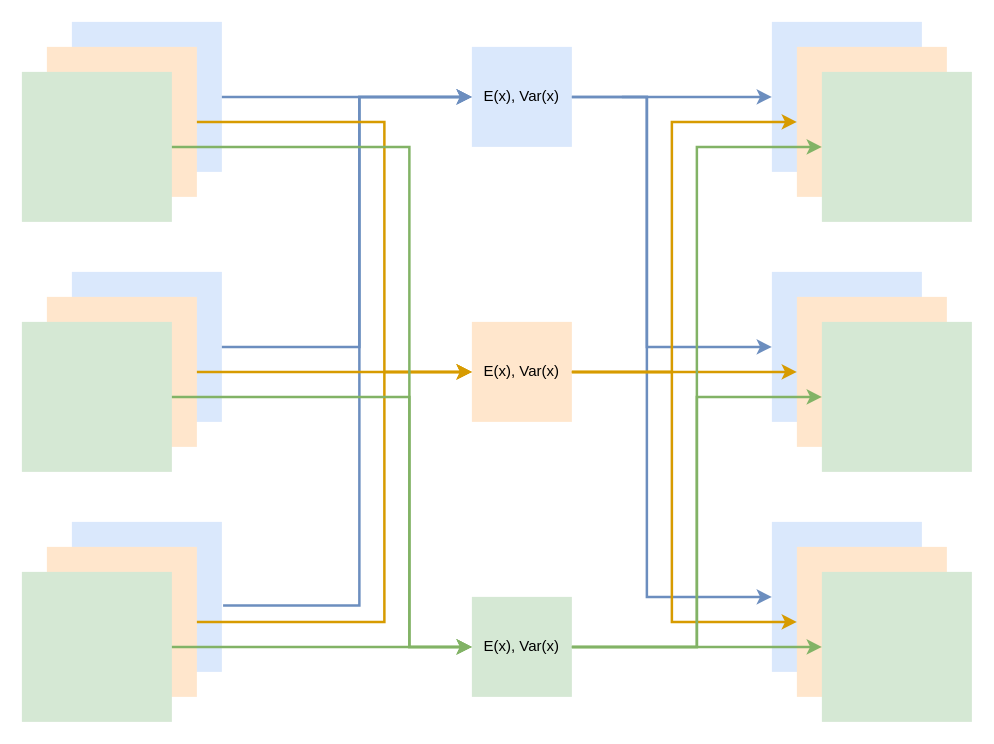
dataml-cn/playground keeps this draw.io diagram as 99_resources/11_img/batch_norm.drawio. Above is the earlier version. Source tidied: cells renumbered, new cells numbered last; positions are measured from the earlier drawing's top-left corner, leaving out a move shared by most shapes. Both pictures are drawn from the tidied source at 125%, with x=0, y=0 at pixel (21, 21).
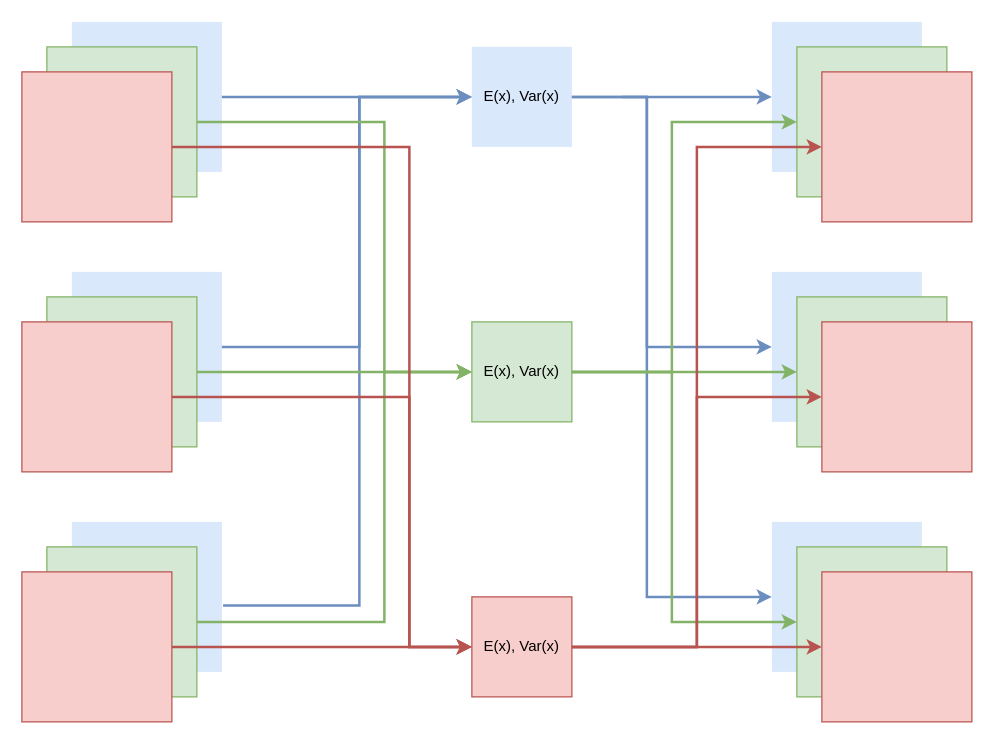
The same diagram, later.

Change to the diagram source:
```diff
@@
-    <mxCell id="3" style="rounded=0;whiteSpace=wrap;html=1;fillColor=#ffe6cc;strokeColor=none;" parent="1" vertex="1">
+    <mxCell id="3" style="rounded=0;whiteSpace=wrap;html=1;fillColor=#d5e8d4;strokeColor=#82b366;" parent="1" vertex="1">
       <mxGeometry x="20" y="20" width="120" height="120" as="geometry" />
     </mxCell>
-    <mxCell id="4" style="rounded=0;whiteSpace=wrap;html=1;fillColor=#d5e8d4;strokeColor=none;" parent="1" vertex="1">
+    <mxCell id="4" style="rounded=0;whiteSpace=wrap;html=1;fillColor=#f8cecc;strokeColor=#b85450;" parent="1" vertex="1">
       <mxGeometry y="40" width="120" height="120" as="geometry" />
     </mxCell>
@@
-    <mxCell id="6" style="rounded=0;whiteSpace=wrap;html=1;fillColor=#ffe6cc;strokeColor=none;" parent="1" vertex="1">
+    <mxCell id="6" style="rounded=0;whiteSpace=wrap;html=1;fillColor=#d5e8d4;strokeColor=#82b366;" parent="1" vertex="1">
       <mxGeometry x="20" y="220" width="120" height="120" as="geometry" />
     </mxCell>
-    <mxCell id="7" style="rounded=0;whiteSpace=wrap;html=1;fillColor=#d5e8d4;strokeColor=none;" parent="1" vertex="1">
+    <mxCell id="7" style="rounded=0;whiteSpace=wrap;html=1;fillColor=#f8cecc;strokeColor=#b85450;" parent="1" vertex="1">
       <mxGeometry y="240" width="120" height="120" as="geometry" />
     </mxCell>
@@
-    <mxCell id="9" style="rounded=0;whiteSpace=wrap;html=1;fillColor=#ffe6cc;strokeColor=none;" parent="1" vertex="1">
+    <mxCell id="9" style="rounded=0;whiteSpace=wrap;html=1;fillColor=#d5e8d4;strokeColor=#82b366;" parent="1" vertex="1">
       <mxGeometry x="20" y="420" width="120" height="120" as="geometry" />
     </mxCell>
-    <mxCell id="10" style="rounded=0;whiteSpace=wrap;html=1;fillColor=#d5e8d4;strokeColor=none;" parent="1" vertex="1">
+    <mxCell id="10" style="rounded=0;whiteSpace=wrap;html=1;fillColor=#f8cecc;strokeColor=#b85450;" parent="1" vertex="1">
       <mxGeometry y="440" width="120" height="120" as="geometry" />
     </mxCell>
@@
-    <mxCell id="14" value="&lt;span&gt;E(x), Var(x)&lt;/span&gt;" style="whiteSpace=wrap;html=1;fillColor=#ffe6cc;strokeColor=none;" parent="1" vertex="1">
+    <mxCell id="14" value="&lt;span&gt;E(x), Var(x)&lt;/span&gt;" style="whiteSpace=wrap;html=1;fillColor=#d5e8d4;strokeColor=#82b366;" parent="1" vertex="1">
       <mxGeometry x="360" y="240" width="80" height="80" as="geometry" />
     </mxCell>
-    <mxCell id="15" style="edgeStyle=elbowEdgeStyle;elbow=horizontal;endArrow=classic;html=1;rounded=0;fillColor=#ffe6cc;strokeColor=#d79b00;strokeWidth=2;entryX=0;entryY=0.5;entryDx=0;entryDy=0;" parent="1" edge="1" source="6" target="14">
+    <mxCell id="15" style="edgeStyle=elbowEdgeStyle;elbow=horizontal;endArrow=classic;html=1;rounded=0;fillColor=#d5e8d4;strokeColor=#82b366;strokeWidth=2;entryX=0;entryY=0.5;entryDx=0;entryDy=0;" parent="1" edge="1" source="6" target="14">
       <mxGeometry relative="1" as="geometry">
         <Array as="points">
           <mxPoint x="310" y="280" />
           <mxPoint x="310" y="80" />
           <mxPoint x="310" y="100" />
         </Array>
       </mxGeometry>
     </mxCell>
-    <mxCell id="16" style="edgeStyle=elbowEdgeStyle;elbow=horizontal;endArrow=classic;html=1;rounded=0;fillColor=#ffe6cc;strokeColor=#d79b00;strokeWidth=2;exitX=1;exitY=0.5;exitDx=0;exitDy=0;entryX=0;entryY=0.5;entryDx=0;entryDy=0;" parent="1" edge="1" source="9" target="14">
+    <mxCell id="16" style="edgeStyle=elbowEdgeStyle;elbow=horizontal;endArrow=classic;html=1;rounded=0;fillColor=#d5e8d4;strokeColor=#82b366;strokeWidth=2;exitX=1;exitY=0.5;exitDx=0;exitDy=0;entryX=0;entryY=0.5;entryDx=0;entryDy=0;" parent="1" edge="1" source="9" target="14">
       <mxGeometry relative="1" as="geometry">
         <Array as="points">
           <mxPoint x="290" y="340" />
           <mxPoint x="310" y="280" />
           <mxPoint x="310" y="360" />
           <mxPoint x="320" y="90" />
           <mxPoint x="320" y="110" />
         </Array>
       </mxGeometry>
     </mxCell>
-    <mxCell id="17" value="&lt;span&gt;E(x), Var(x)&lt;/span&gt;" style="whiteSpace=wrap;html=1;fillColor=#d5e8d4;strokeColor=none;" parent="1" vertex="1">
+    <mxCell id="17" value="&lt;span&gt;E(x), Var(x)&lt;/span&gt;" style="whiteSpace=wrap;html=1;fillColor=#f8cecc;strokeColor=#b85450;" parent="1" vertex="1">
       <mxGeometry x="360" y="460" width="80" height="80" as="geometry" />
     </mxCell>
@@
-    <mxCell id="19" style="edgeStyle=elbowEdgeStyle;elbow=horizontal;endArrow=classic;html=1;rounded=0;exitX=1;exitY=0.5;exitDx=0;exitDy=0;entryX=0;entryY=0.5;entryDx=0;entryDy=0;fillColor=#ffe6cc;strokeColor=#d79b00;strokeWidth=2;" parent="1" edge="1" source="3" target="14">
+    <mxCell id="19" style="edgeStyle=elbowEdgeStyle;elbow=horizontal;endArrow=classic;html=1;rounded=0;exitX=1;exitY=0.5;exitDx=0;exitDy=0;entryX=0;entryY=0.5;entryDx=0;entryDy=0;fillColor=#d5e8d4;strokeColor=#82b366;strokeWidth=2;" parent="1" edge="1" source="3" target="14">
       <mxGeometry relative="1" as="geometry">
         <Array as="points">
           <mxPoint x="290" y="170" />
           <mxPoint x="290" y="70" />
           <mxPoint x="300" y="70" />
           <mxPoint x="300" y="90" />
         </Array>
       </mxGeometry>
     </mxCell>
-    <mxCell id="20" style="edgeStyle=elbowEdgeStyle;elbow=horizontal;endArrow=classic;html=1;rounded=0;exitX=1;exitY=0.5;exitDx=0;exitDy=0;fillColor=#d5e8d4;strokeColor=#82b366;strokeWidth=2;" parent="1" edge="1" source="4" target="17">
+    <mxCell id="20" style="edgeStyle=elbowEdgeStyle;elbow=horizontal;endArrow=classic;html=1;rounded=0;exitX=1;exitY=0.5;exitDx=0;exitDy=0;fillColor=#f8cecc;strokeColor=#b85450;strokeWidth=2;" parent="1" edge="1" source="4" target="17">
       <mxGeometry relative="1" as="geometry">
         <Array as="points">
           <mxPoint x="310" y="300" />
           <mxPoint x="300" y="80" />
           <mxPoint x="310" y="80" />
           <mxPoint x="310" y="100" />
         </Array>
       </mxGeometry>
     </mxCell>
-    <mxCell id="21" style="edgeStyle=elbowEdgeStyle;elbow=horizontal;endArrow=classic;html=1;rounded=0;exitX=1;exitY=0.5;exitDx=0;exitDy=0;fillColor=#d5e8d4;strokeColor=#82b366;strokeWidth=2;entryX=0;entryY=0.5;entryDx=0;entryDy=0;" parent="1" edge="1" source="7" target="17">
+    <mxCell id="21" style="edgeStyle=elbowEdgeStyle;elbow=horizontal;endArrow=classic;html=1;rounded=0;exitX=1;exitY=0.5;exitDx=0;exitDy=0;fillColor=#f8cecc;strokeColor=#b85450;strokeWidth=2;entryX=0;entryY=0.5;entryDx=0;entryDy=0;" parent="1" edge="1" source="7" target="17">
       <mxGeometry relative="1" as="geometry">
         <Array as="points">
           <mxPoint x="310" y="400" />
           <mxPoint x="310" y="90" />
           <mxPoint x="320" y="90" />
           <mxPoint x="320" y="110" />
         </Array>
       </mxGeometry>
     </mxCell>
-    <mxCell id="22" style="edgeStyle=elbowEdgeStyle;elbow=horizontal;endArrow=classic;html=1;rounded=0;fillColor=#d5e8d4;strokeColor=#82b366;strokeWidth=2;entryX=0;entryY=0.5;entryDx=0;entryDy=0;" parent="1" edge="1" source="10" target="17">
+    <mxCell id="22" style="edgeStyle=elbowEdgeStyle;elbow=horizontal;endArrow=classic;html=1;rounded=0;fillColor=#f8cecc;strokeColor=#b85450;strokeWidth=2;entryX=0;entryY=0.5;entryDx=0;entryDy=0;" parent="1" edge="1" source="10" target="17">
       <mxGeometry relative="1" as="geometry">
         <Array as="points">
           <mxPoint x="250" y="500" />
           <mxPoint x="320" y="100" />
           <mxPoint x="330" y="100" />
           <mxPoint x="330" y="120" />
         </Array>
       </mxGeometry>
     </mxCell>
@@
-    <mxCell id="24" style="rounded=0;whiteSpace=wrap;html=1;fillColor=#ffe6cc;strokeColor=none;" parent="1" vertex="1">
+    <mxCell id="24" style="rounded=0;whiteSpace=wrap;html=1;fillColor=#d5e8d4;strokeColor=#82b366;" parent="1" vertex="1">
       <mxGeometry x="620" y="20" width="120" height="120" as="geometry" />
     </mxCell>
-    <mxCell id="25" style="rounded=0;whiteSpace=wrap;html=1;fillColor=#d5e8d4;strokeColor=none;" parent="1" vertex="1">
+    <mxCell id="25" style="rounded=0;whiteSpace=wrap;html=1;fillColor=#f8cecc;strokeColor=#b85450;" parent="1" vertex="1">
       <mxGeometry x="640" y="40" width="120" height="120" as="geometry" />
     </mxCell>
@@
-    <mxCell id="27" style="rounded=0;whiteSpace=wrap;html=1;fillColor=#ffe6cc;strokeColor=none;" parent="1" vertex="1">
+    <mxCell id="27" style="rounded=0;whiteSpace=wrap;html=1;fillColor=#d5e8d4;strokeColor=#82b366;" parent="1" vertex="1">
       <mxGeometry x="620" y="220" width="120" height="120" as="geometry" />
     </mxCell>
-    <mxCell id="28" style="rounded=0;whiteSpace=wrap;html=1;fillColor=#d5e8d4;strokeColor=none;" parent="1" vertex="1">
+    <mxCell id="28" style="rounded=0;whiteSpace=wrap;html=1;fillColor=#f8cecc;strokeColor=#b85450;" parent="1" vertex="1">
       <mxGeometry x="640" y="240" width="120" height="120" as="geometry" />
     </mxCell>
@@
-    <mxCell id="30" style="rounded=0;whiteSpace=wrap;html=1;fillColor=#ffe6cc;strokeColor=none;" parent="1" vertex="1">
+    <mxCell id="30" style="rounded=0;whiteSpace=wrap;html=1;fillColor=#d5e8d4;strokeColor=#82b366;" parent="1" vertex="1">
       <mxGeometry x="620" y="420" width="120" height="120" as="geometry" />
     </mxCell>
-    <mxCell id="31" style="rounded=0;whiteSpace=wrap;html=1;fillColor=#d5e8d4;strokeColor=none;" parent="1" vertex="1">
+    <mxCell id="31" style="rounded=0;whiteSpace=wrap;html=1;fillColor=#f8cecc;strokeColor=#b85450;" parent="1" vertex="1">
       <mxGeometry x="640" y="440" width="120" height="120" as="geometry" />
     </mxCell>
@@
-    <mxCell id="35" style="edgeStyle=elbowEdgeStyle;elbow=horizontal;endArrow=classic;html=1;rounded=0;exitX=1;exitY=0.5;exitDx=0;exitDy=0;fillColor=#ffe6cc;strokeColor=#d79b00;strokeWidth=2;" parent="1" edge="1" source="14" target="24">
+    <mxCell id="35" style="edgeStyle=elbowEdgeStyle;elbow=horizontal;endArrow=classic;html=1;rounded=0;exitX=1;exitY=0.5;exitDx=0;exitDy=0;fillColor=#d5e8d4;strokeColor=#82b366;strokeWidth=2;" parent="1" edge="1" source="14" target="24">
       <mxGeometry relative="1" as="geometry">
         <Array as="points">
           <mxPoint x="520" y="180" />
           <mxPoint x="300" y="80" />
           <mxPoint x="310" y="80" />
           <mxPoint x="310" y="100" />
         </Array>
       </mxGeometry>
     </mxCell>
-    <mxCell id="36" style="edgeStyle=elbowEdgeStyle;elbow=horizontal;endArrow=classic;html=1;rounded=0;exitX=1;exitY=0.5;exitDx=0;exitDy=0;fillColor=#ffe6cc;strokeColor=#d79b00;strokeWidth=2;entryX=0;entryY=0.5;entryDx=0;entryDy=0;" parent="1" edge="1" source="14" target="27">
+    <mxCell id="36" style="edgeStyle=elbowEdgeStyle;elbow=horizontal;endArrow=classic;html=1;rounded=0;exitX=1;exitY=0.5;exitDx=0;exitDy=0;fillColor=#d5e8d4;strokeColor=#82b366;strokeWidth=2;entryX=0;entryY=0.5;entryDx=0;entryDy=0;" parent="1" edge="1" source="14" target="27">
       <mxGeometry relative="1" as="geometry">
         <Array as="points">
           <mxPoint x="530" y="270" />
           <mxPoint x="310" y="90" />
           <mxPoint x="320" y="90" />
           <mxPoint x="320" y="110" />
         </Array>
       </mxGeometry>
     </mxCell>
-    <mxCell id="37" style="edgeStyle=elbowEdgeStyle;elbow=horizontal;endArrow=classic;html=1;rounded=0;exitX=1;exitY=0.5;exitDx=0;exitDy=0;fillColor=#ffe6cc;strokeColor=#d79b00;strokeWidth=2;entryX=0;entryY=0.5;entryDx=0;entryDy=0;" parent="1" edge="1" source="14" target="30">
+    <mxCell id="37" style="edgeStyle=elbowEdgeStyle;elbow=horizontal;endArrow=classic;html=1;rounded=0;exitX=1;exitY=0.5;exitDx=0;exitDy=0;fillColor=#d5e8d4;strokeColor=#82b366;strokeWidth=2;entryX=0;entryY=0.5;entryDx=0;entryDy=0;" parent="1" edge="1" source="14" target="30">
       <mxGeometry relative="1" as="geometry">
         <Array as="points">
           <mxPoint x="520" y="370" />
           <mxPoint x="320" y="100" />
           <mxPoint x="330" y="100" />
           <mxPoint x="330" y="120" />
         </Array>
       </mxGeometry>
     </mxCell>
-    <mxCell id="38" style="edgeStyle=elbowEdgeStyle;elbow=horizontal;endArrow=classic;html=1;rounded=0;exitX=1;exitY=0.5;exitDx=0;exitDy=0;fillColor=#d5e8d4;strokeColor=#82b366;strokeWidth=2;" parent="1" edge="1" source="17" target="25">
+    <mxCell id="38" style="edgeStyle=elbowEdgeStyle;elbow=horizontal;endArrow=classic;html=1;rounded=0;exitX=1;exitY=0.5;exitDx=0;exitDy=0;fillColor=#f8cecc;strokeColor=#b85450;strokeWidth=2;" parent="1" edge="1" source="17" target="25">
       <mxGeometry relative="1" as="geometry">
         <Array as="points">
           <mxPoint x="540" y="310" />
           <mxPoint x="310" y="90" />
           <mxPoint x="320" y="90" />
           <mxPoint x="320" y="110" />
         </Array>
       </mxGeometry>
     </mxCell>
-    <mxCell id="39" style="edgeStyle=elbowEdgeStyle;elbow=horizontal;endArrow=classic;html=1;rounded=0;exitX=1;exitY=0.5;exitDx=0;exitDy=0;fillColor=#d5e8d4;strokeColor=#82b366;strokeWidth=2;entryX=0;entryY=0.5;entryDx=0;entryDy=0;" parent="1" edge="1" source="17" target="28">
+    <mxCell id="39" style="edgeStyle=elbowEdgeStyle;elbow=horizontal;endArrow=classic;html=1;rounded=0;exitX=1;exitY=0.5;exitDx=0;exitDy=0;fillColor=#f8cecc;strokeColor=#b85450;strokeWidth=2;entryX=0;entryY=0.5;entryDx=0;entryDy=0;" parent="1" edge="1" source="17" target="28">
       <mxGeometry relative="1" as="geometry">
         <Array as="points">
           <mxPoint x="540" y="400" />
           <mxPoint x="320" y="100" />
           <mxPoint x="330" y="100" />
           <mxPoint x="330" y="120" />
         </Array>
       </mxGeometry>
     </mxCell>
-    <mxCell id="40" style="edgeStyle=elbowEdgeStyle;elbow=horizontal;endArrow=classic;html=1;rounded=0;exitX=1;exitY=0.5;exitDx=0;exitDy=0;fillColor=#d5e8d4;strokeColor=#82b366;strokeWidth=2;entryX=0;entryY=0.5;entryDx=0;entryDy=0;" parent="1" edge="1" source="17" target="31">
+    <mxCell id="40" style="edgeStyle=elbowEdgeStyle;elbow=horizontal;endArrow=classic;html=1;rounded=0;exitX=1;exitY=0.5;exitDx=0;exitDy=0;fillColor=#f8cecc;strokeColor=#b85450;strokeWidth=2;entryX=0;entryY=0.5;entryDx=0;entryDy=0;" parent="1" edge="1" source="17" target="31">
       <mxGeometry relative="1" as="geometry">
         <Array as="points">
           <mxPoint x="560" y="490" />
           <mxPoint x="330" y="110" />
           <mxPoint x="340" y="110" />
           <mxPoint x="340" y="130" />
         </Array>
       </mxGeometry>
     </mxCell>
```
